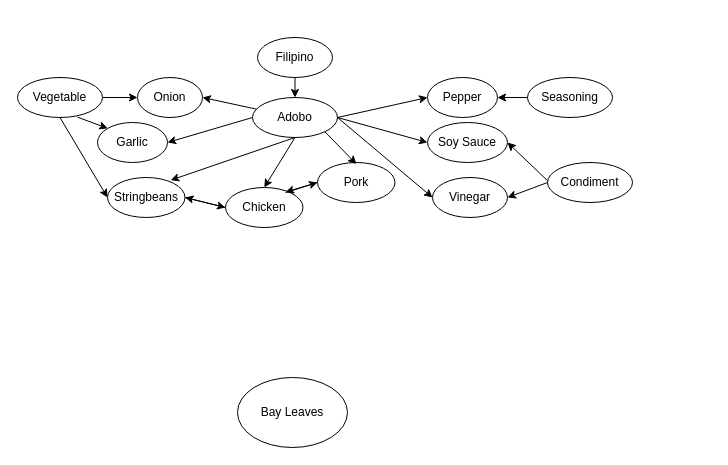
The draw.io diagram KnowledGraph.drawio in MonaJea-Ng/Projects, before the edit. Source tidied: cells renumbered, new cells numbered last; positions are measured from the earlier drawing's top-left corner, leaving out a move shared by most shapes. Both pictures are drawn from the tidied source at 100%, with x=0, y=0 at pixel (17, 37).
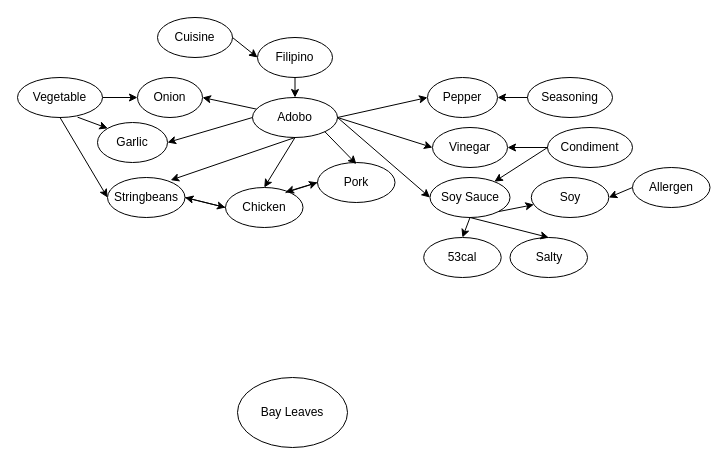
Above is the later version.

Unchanged cells that the change refers to:
```xml
<mxCell id="3" value="Filipino" style="ellipse;whiteSpace=wrap;html=1;" parent="1" vertex="1">
  <mxGeometry x="240" width="75" height="40" as="geometry" />
</mxCell>
```

Diff of the diagram source:
```diff
@@
     <mxCell id="5" value="Soy Sauce" style="ellipse;whiteSpace=wrap;html=1;" parent="1" vertex="1">
-      <mxGeometry x="410" y="85" width="80" height="40" as="geometry" />
+      <mxGeometry x="412.5" y="140" width="80" height="40" as="geometry" />
     </mxCell>
     <mxCell id="6" value="Vinegar" style="ellipse;whiteSpace=wrap;html=1;" parent="1" vertex="1">
-      <mxGeometry x="415" y="140" width="75" height="40" as="geometry" />
+      <mxGeometry x="415" y="90" width="75" height="40" as="geometry" />
     </mxCell>
@@
     <mxCell id="13" value="Condiment" style="ellipse;whiteSpace=wrap;html=1;" parent="1" vertex="1">
-      <mxGeometry x="530" y="125" width="85" height="40" as="geometry" />
+      <mxGeometry x="530" y="90" width="85" height="40" as="geometry" />
     </mxCell>
-    <mxCell id="14" style="endArrow=classic;html=1;rounded=0;entryX=1;entryY=0.5;entryDx=0;entryDy=0;exitX=0.003;exitY=0.459;exitDx=0;exitDy=0;exitPerimeter=0;" parent="1" edge="1" source="13" target="5">
+    <mxCell id="14" style="endArrow=classic;html=1;rounded=0;entryX=1;entryY=0.5;entryDx=0;entryDy=0;exitX=0;exitY=0.5;exitDx=0;exitDy=0;" parent="1" edge="1" source="38" target="37">
       <mxGeometry relative="1" as="geometry" />
     </mxCell>
@@
+    <mxCell id="35" value="Cuisine" style="ellipse;whiteSpace=wrap;html=1;" parent="1" vertex="1">
+      <mxGeometry x="140" y="-20" width="75" height="40" as="geometry" />
+    </mxCell>
+    <mxCell id="36" style="endArrow=classic;html=1;rounded=0;exitX=1;exitY=0.5;exitDx=0;exitDy=0;entryX=0;entryY=0.5;entryDx=0;entryDy=0;" parent="1" edge="1" source="35" target="3">
+      <mxGeometry relative="1" as="geometry" />
+    </mxCell>
+    <mxCell id="37" value="Soy" style="ellipse;whiteSpace=wrap;html=1;" parent="1" vertex="1">
+      <mxGeometry x="513.8" y="140" width="77.5" height="40" as="geometry" />
+    </mxCell>
+    <mxCell id="38" value="Allergen" style="ellipse;whiteSpace=wrap;html=1;" parent="1" vertex="1">
+      <mxGeometry x="615" y="130" width="77.5" height="40" as="geometry" />
+    </mxCell>
+    <mxCell id="39" style="endArrow=classic;html=1;rounded=0;exitX=1;exitY=1;exitDx=0;exitDy=0;" parent="1" edge="1" source="5" target="37">
+      <mxGeometry relative="1" as="geometry" />
+    </mxCell>
+    <mxCell id="40" value="Salty" style="ellipse;whiteSpace=wrap;html=1;" parent="1" vertex="1">
+      <mxGeometry x="492.5" y="200" width="77.5" height="40" as="geometry" />
+    </mxCell>
+    <mxCell id="41" style="endArrow=classic;html=1;rounded=0;exitX=0.5;exitY=1;exitDx=0;exitDy=0;entryX=0.5;entryY=0;entryDx=0;entryDy=0;" parent="1" edge="1" source="5" target="40">
+      <mxGeometry relative="1" as="geometry" />
+    </mxCell>
+    <mxCell id="42" style="endArrow=classic;html=1;rounded=0;exitX=0;exitY=0.5;exitDx=0;exitDy=0;" parent="1" edge="1" source="13" target="5">
+      <mxGeometry relative="1" as="geometry" />
+    </mxCell>
+    <mxCell id="43" value="53cal" style="ellipse;whiteSpace=wrap;html=1;" parent="1" vertex="1">
+      <mxGeometry x="406.2" y="200" width="77.5" height="40" as="geometry" />
+    </mxCell>
+    <mxCell id="44" style="endArrow=classic;html=1;rounded=0;exitX=0.5;exitY=1;exitDx=0;exitDy=0;entryX=0.5;entryY=0;entryDx=0;entryDy=0;" parent="1" edge="1" source="5" target="43">
+      <mxGeometry relative="1" as="geometry" />
+    </mxCell>
```
